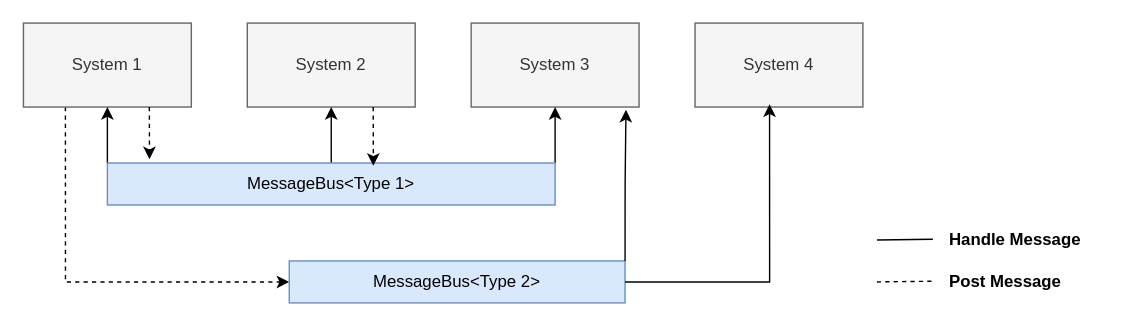
The draw.io diagram WormHoles.drawio.svg in helcl42/WormHoles, before a commit. Source tidied: cells renumbered, new cells last; positions are measured from the earlier drawing's top-left corner, leaving out a move shared by most shapes.
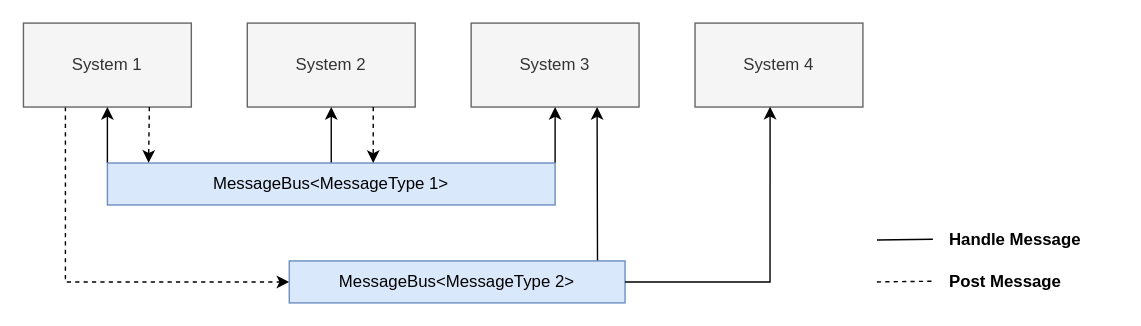
The same file after the commit.

The edit, as a diff of the source:
```diff
@@ -23,10 +23,18 @@
     <mxCell id="8" style="edgeStyle=orthogonalEdgeStyle;rounded=0;jettySize=auto;html=1;exitX=1;exitY=0;exitDx=0;exitDy=0;entryX=0.5;entryY=1;entryDx=0;entryDy=0;" parent="1" edge="1" source="9" target="5">
       <mxGeometry relative="1" as="geometry" />
     </mxCell>
-    <mxCell id="9" value="MessageBus&amp;lt;Type 1&amp;gt;" style="rounded=0;whiteSpace=wrap;html=1;fillColor=#dae8fc;strokeColor=#6c8ebf;" parent="1" vertex="1">
+    <mxCell id="9" value="MessageBus&amp;lt;MessageType 1&amp;gt;" style="rounded=0;whiteSpace=wrap;html=1;fillColor=#dae8fc;strokeColor=#6c8ebf;" parent="1" vertex="1">
       <mxGeometry x="60" y="100" width="320" height="30" as="geometry" />
     </mxCell>
+    <mxCell id="15" style="edgeStyle=orthogonalEdgeStyle;rounded=0;jettySize=auto;html=1;exitX=0.918;exitY=-0.067;exitDx=0;exitDy=0;entryX=0.75;entryY=1;entryDx=0;entryDy=0;exitPerimeter=0;" parent="1" edge="1" source="10" target="5">
+      <mxGeometry relative="1" as="geometry">
+        <Array as="points">
+          <mxPoint x="410" y="170" />
+          <mxPoint x="410" y="170" />
+        </Array>
+      </mxGeometry>
+    </mxCell>
-    <mxCell id="10" value="MessageBus&amp;lt;Type 2&amp;gt;" style="rounded=0;whiteSpace=wrap;html=1;fillColor=#dae8fc;strokeColor=#6c8ebf;" parent="1" vertex="1">
+    <mxCell id="10" value="MessageBus&amp;lt;MessageType 2&amp;gt;" style="rounded=0;whiteSpace=wrap;html=1;fillColor=#dae8fc;strokeColor=#6c8ebf;" parent="1" vertex="1">
       <mxGeometry x="190" y="170" width="240" height="30" as="geometry" />
     </mxCell>
     <mxCell id="11" style="endArrow=none;html=1;rounded=0;" parent="1" edge="1">
@@ -47,19 +55,18 @@
     <mxCell id="14" value="&lt;b&gt;Post Message&lt;/b&gt;" style="text;html=1;align=left;verticalAlign=middle;strokeColor=none;fillColor=none;" parent="1" vertex="1">
       <mxGeometry x="660" y="170" width="100" height="30" as="geometry" />
     </mxCell>
-    <mxCell id="15" style="edgeStyle=orthogonalEdgeStyle;rounded=0;jettySize=auto;html=1;exitX=1;exitY=0;exitDx=0;exitDy=0;entryX=0.922;entryY=1.033;entryDx=0;entryDy=0;entryPerimeter=0;" parent="1" edge="1" source="10" target="5">
-      <mxGeometry relative="1" as="geometry" />
-    </mxCell>
-    <mxCell id="16" style="edgeStyle=orthogonalEdgeStyle;rounded=0;jettySize=auto;html=1;exitX=0.75;exitY=1;exitDx=0;exitDy=0;entryX=0.094;entryY=-0.089;entryDx=0;entryDy=0;entryPerimeter=0;dashed=1;" parent="1" edge="1" source="3" target="9">
+    <mxCell id="16" style="edgeStyle=orthogonalEdgeStyle;rounded=0;jettySize=auto;html=1;exitX=0.75;exitY=1;exitDx=0;exitDy=0;entryX=0.092;entryY=-0.006;entryDx=0;entryDy=0;entryPerimeter=0;dashed=1;" parent="1" edge="1" source="3" target="9">
       <mxGeometry relative="1" as="geometry" />
     </mxCell>
-    <mxCell id="17" style="edgeStyle=orthogonalEdgeStyle;rounded=0;jettySize=auto;html=1;exitX=0.75;exitY=1;exitDx=0;exitDy=0;entryX=0.594;entryY=0.067;entryDx=0;entryDy=0;entryPerimeter=0;dashed=1;" parent="1" edge="1" source="4" target="9">
-      <mxGeometry relative="1" as="geometry" />
+    <mxCell id="17" style="edgeStyle=orthogonalEdgeStyle;rounded=0;jettySize=auto;html=1;exitX=0.75;exitY=1;exitDx=0;exitDy=0;dashed=1;" parent="1" edge="1" source="4">
+      <mxGeometry relative="1" as="geometry">
+        <mxPoint x="250" y="100" as="targetPoint" />
+      </mxGeometry>
     </mxCell>
     <mxCell id="18" value="System 4" style="rounded=0;whiteSpace=wrap;html=1;fillColor=#f5f5f5;strokeColor=#666666;fontColor=#333333;" parent="1" vertex="1">
       <mxGeometry x="480" width="120" height="60" as="geometry" />
     </mxCell>
-    <mxCell id="19" style="edgeStyle=orthogonalEdgeStyle;rounded=0;jettySize=auto;html=1;exitX=1;exitY=0.5;exitDx=0;exitDy=0;entryX=0.444;entryY=0.967;entryDx=0;entryDy=0;entryPerimeter=0;" parent="1" edge="1" source="10" target="18">
+    <mxCell id="19" style="edgeStyle=orthogonalEdgeStyle;rounded=0;jettySize=auto;html=1;exitX=1;exitY=0.5;exitDx=0;exitDy=0;entryX=0.447;entryY=0.997;entryDx=0;entryDy=0;entryPerimeter=0;" parent="1" edge="1" source="10" target="18">
       <mxGeometry relative="1" as="geometry" />
     </mxCell>
   </root>
```
